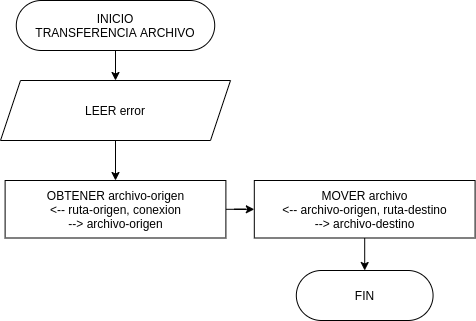
Before: Diagramas/transferencia-archivo.png, a diagram exported from draw.io (carlosalvet/proyecto-demo). Source tidied: cells renumbered, new cells last; positions are measured from the earlier drawing's top-left corner, leaving out a move shared by most shapes. Its diagram source:
```xml
<mxGraphModel>
  <root>
    <mxCell id="0" />
    <mxCell id="1" parent="0" />
    <mxCell id="2" style="edgeStyle=orthogonalEdgeStyle;rounded=0;jettySize=auto;html=1;" parent="1" edge="1" source="3" target="6">
      <mxGeometry relative="1" as="geometry" />
    </mxCell>
    <mxCell id="3" value="&lt;span&gt;INICIO&lt;/span&gt;&lt;br&gt;&lt;span&gt;TRANSFERENCIA ARCHIVO&lt;/span&gt;" style="rounded=1;whiteSpace=wrap;html=1;arcSize=50;" parent="1" vertex="1">
      <mxGeometry x="15.8" width="198.4" height="50" as="geometry" />
    </mxCell>
    <mxCell id="4" value="FIN" style="rounded=1;whiteSpace=wrap;html=1;arcSize=50;" parent="1" vertex="1">
      <mxGeometry x="295.8" y="270" width="136.8" height="50" as="geometry" />
    </mxCell>
    <mxCell id="5" style="edgeStyle=orthogonalEdgeStyle;rounded=0;jettySize=auto;html=1;" parent="1" edge="1" source="6" target="8">
      <mxGeometry relative="1" as="geometry" />
    </mxCell>
    <mxCell id="6" value="LEER error" style="shape=parallelogram;perimeter=parallelogramPerimeter;whiteSpace=wrap;html=1;fixedSize=1;" parent="1" vertex="1">
      <mxGeometry y="80" width="230" height="60" as="geometry" />
    </mxCell>
    <mxCell id="7" style="edgeStyle=orthogonalEdgeStyle;rounded=0;jettySize=auto;html=1;" parent="1" edge="1" source="8" target="10">
      <mxGeometry relative="1" as="geometry" />
    </mxCell>
    <mxCell id="8" value="OBTENER archivo-origen&lt;br&gt;&amp;lt;-- ruta-origen, conexion&lt;br&gt;--&amp;gt; archivo-origen" style="rounded=5;whiteSpace=wrap;html=1;direction=east;" parent="1" vertex="1">
      <mxGeometry x="4.6" y="180" width="220.8" height="57.5" as="geometry" />
    </mxCell>
    <mxCell id="9" style="edgeStyle=orthogonalEdgeStyle;rounded=0;jettySize=auto;html=1;" parent="1" edge="1" source="10" target="4">
      <mxGeometry relative="1" as="geometry" />
    </mxCell>
    <mxCell id="10" value="MOVER archivo&lt;br&gt;&amp;lt;-- archivo-origen, ruta-destino&lt;br&gt;--&amp;gt; archivo-destino" style="rounded=5;whiteSpace=wrap;html=1;direction=east;" parent="1" vertex="1">
      <mxGeometry x="253.8" y="180" width="220.8" height="57.5" as="geometry" />
    </mxCell>
  </root>
</mxGraphModel>
```
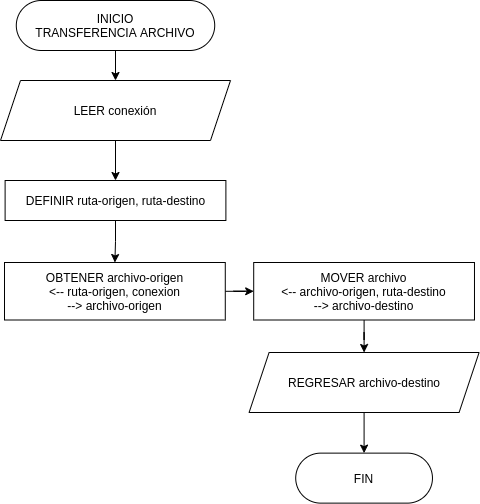
After the change.

Commit message:
14-01-2020 corrección de diagrama transferencia de archivo

The edit, as a diff of the source:
```diff
@@ -9,25 +9,37 @@
       <mxGeometry x="15.8" width="198.4" height="50" as="geometry" />
     </mxCell>
     <mxCell id="4" value="FIN" style="rounded=1;whiteSpace=wrap;html=1;arcSize=50;" parent="1" vertex="1">
-      <mxGeometry x="295.8" y="270" width="136.8" height="50" as="geometry" />
+      <mxGeometry x="295.2" y="452.6" width="136.8" height="50" as="geometry" />
     </mxCell>
-    <mxCell id="5" style="edgeStyle=orthogonalEdgeStyle;rounded=0;jettySize=auto;html=1;" parent="1" edge="1" source="6" target="8">
+    <mxCell id="5" style="edgeStyle=orthogonalEdgeStyle;rounded=0;jettySize=auto;html=1;" parent="1" edge="1" source="6" target="14">
       <mxGeometry relative="1" as="geometry" />
     </mxCell>
-    <mxCell id="6" value="LEER error" style="shape=parallelogram;perimeter=parallelogramPerimeter;whiteSpace=wrap;html=1;fixedSize=1;" parent="1" vertex="1">
+    <mxCell id="6" value="LEER conexión" style="shape=parallelogram;perimeter=parallelogramPerimeter;whiteSpace=wrap;html=1;fixedSize=1;" parent="1" vertex="1">
       <mxGeometry y="80" width="230" height="60" as="geometry" />
     </mxCell>
     <mxCell id="7" style="edgeStyle=orthogonalEdgeStyle;rounded=0;jettySize=auto;html=1;" parent="1" edge="1" source="8" target="10">
       <mxGeometry relative="1" as="geometry" />
     </mxCell>
     <mxCell id="8" value="OBTENER archivo-origen&lt;br&gt;&amp;lt;-- ruta-origen, conexion&lt;br&gt;--&amp;gt; archivo-origen" style="rounded=5;whiteSpace=wrap;html=1;direction=east;" parent="1" vertex="1">
-      <mxGeometry x="4.6" y="180" width="220.8" height="57.5" as="geometry" />
+      <mxGeometry x="4" y="262" width="220.8" height="57.5" as="geometry" />
     </mxCell>
-    <mxCell id="9" style="edgeStyle=orthogonalEdgeStyle;rounded=0;jettySize=auto;html=1;" parent="1" edge="1" source="10" target="4">
+    <mxCell id="9" style="edgeStyle=orthogonalEdgeStyle;rounded=0;jettySize=auto;html=1;" parent="1" edge="1" source="10" target="12">
       <mxGeometry relative="1" as="geometry" />
     </mxCell>
     <mxCell id="10" value="MOVER archivo&lt;br&gt;&amp;lt;-- archivo-origen, ruta-destino&lt;br&gt;--&amp;gt; archivo-destino" style="rounded=5;whiteSpace=wrap;html=1;direction=east;" parent="1" vertex="1">
-      <mxGeometry x="253.8" y="180" width="220.8" height="57.5" as="geometry" />
+      <mxGeometry x="253.2" y="262" width="220.8" height="57.5" as="geometry" />
     </mxCell>
+    <mxCell id="11" style="edgeStyle=orthogonalEdgeStyle;rounded=0;jettySize=auto;html=1;" parent="1" edge="1" source="12" target="4">
+      <mxGeometry relative="1" as="geometry" />
+    </mxCell>
+    <mxCell id="12" value="REGRESAR archivo-destino" style="shape=parallelogram;perimeter=parallelogramPerimeter;whiteSpace=wrap;html=1;fixedSize=1;" parent="1" vertex="1">
+      <mxGeometry x="248.6" y="352" width="230" height="60" as="geometry" />
+    </mxCell>
+    <mxCell id="13" style="edgeStyle=orthogonalEdgeStyle;rounded=0;jettySize=auto;html=1;" parent="1" edge="1" source="14" target="8">
+      <mxGeometry relative="1" as="geometry" />
+    </mxCell>
+    <mxCell id="14" value="DEFINIR ruta-origen, ruta-destino" style="rounded=5;whiteSpace=wrap;html=1;direction=east;" parent="1" vertex="1">
+      <mxGeometry x="4.6" y="180" width="220.8" height="40" as="geometry" />
+    </mxCell>
   </root>
 </mxGraphModel>
```
